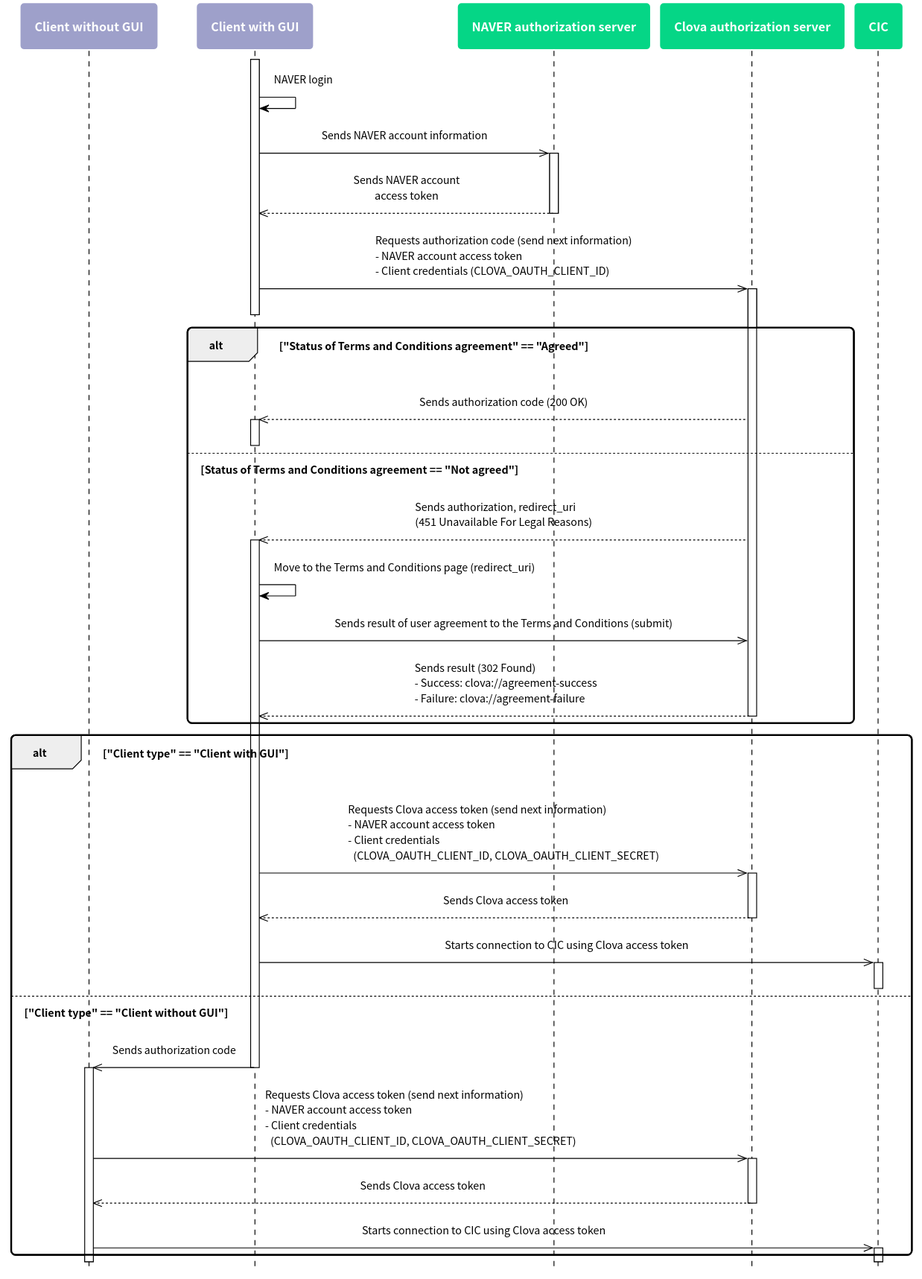
The PlantUML diagram en-KR/Develop/Assets/Images/CIC_Authorization.svg in muchokwon/clova-client-developer-guide, before a commit.
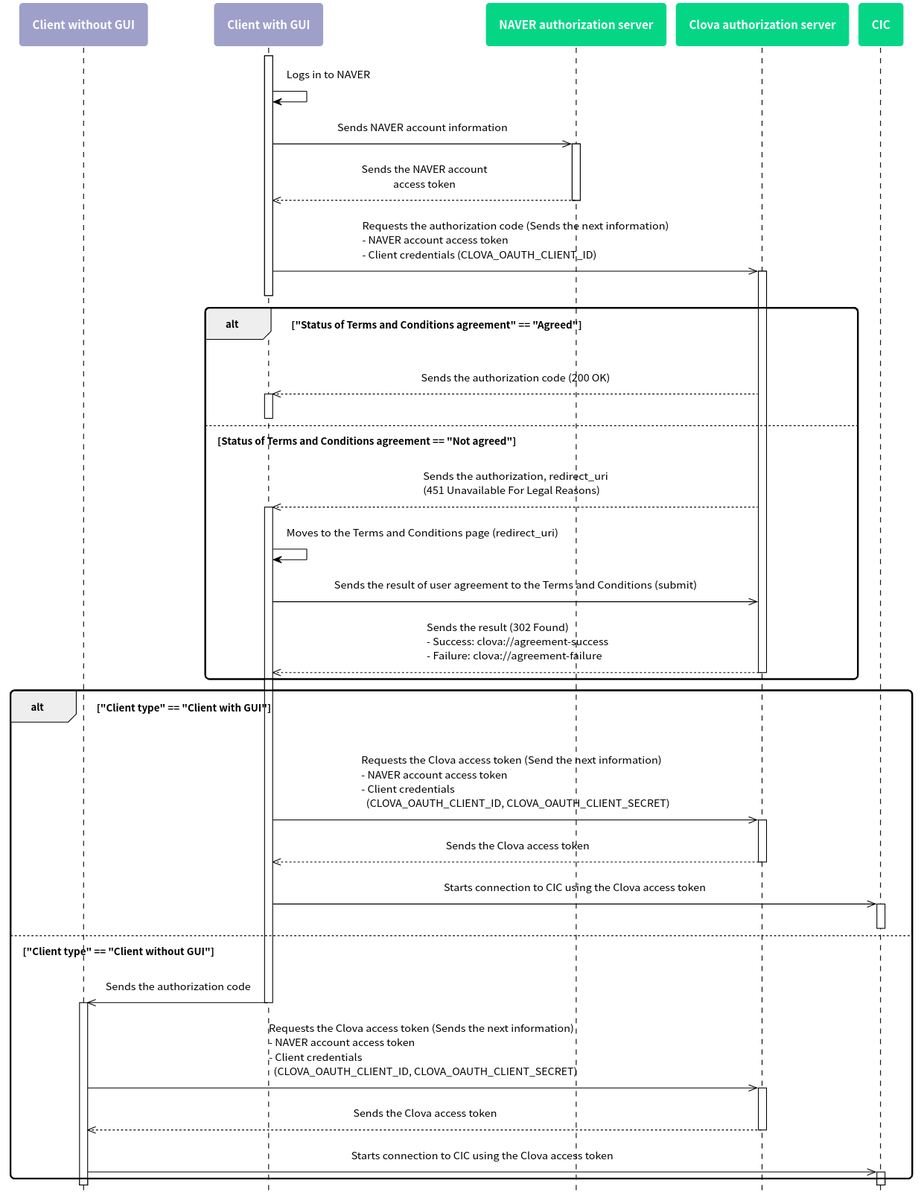
Above is the later version.

The edit, as a diff of the source:
```diff
@@ -56,56 +56,56 @@
 participant CIC as cic #05D686
 
 activate app
-  app -> app: NAVER login
+  app -> app: Logs in to NAVER
 
   app ->> nauth: Sends NAVER account information
 
   activate nauth
-    nauth -->> app: Sends NAVER account\naccess token
+    nauth -->> app: Sends the NAVER account\naccess token
   deactivate nauth
 
-  app ->> cauth: Requests authorization code (send next information)\l- NAVER account access token\l- Client credentials (CLOVA_OAUTH_CLIENT_ID)
+  app ->> cauth: Requests the authorization code (Sends the next information)\l- NAVER account access token\l- Client credentials (CLOVA_OAUTH_CLIENT_ID)
 
 activate cauth
 
 deactivate app
 
 alt "Status of Terms and Conditions agreement" == "Agreed"
-    cauth -->> app: Sends authorization code (200 OK)
+    cauth -->> app: Sends the authorization code (200 OK)
     activate app
     deactivate app
 else Status of Terms and Conditions agreement == "Not agreed"
-  cauth -->> app: Sends authorization, redirect_uri\l(451 Unavailable For Legal Reasons)
+  cauth -->> app: Sends the authorization, redirect_uri\l(451 Unavailable For Legal Reasons)
   activate app
-    app -> app: Move to the Terms and Conditions page (redirect_uri)
-    app ->> cauth: Sends result of user agreement to the Terms and Conditions (submit)
-    cauth -->> app: Sends result (302 Found)\l- Success: clova://agreement-success\l- Failure: clova://agreement-failure
+    app -> app: Moves to the Terms and Conditions page (redirect_uri)
+    app ->> cauth: Sends the result of user agreement to the Terms and Conditions (submit)
+    cauth -->> app: Sends the result (302 Found)\l- Success: clova://agreement-success\l- Failure: clova://agreement-failure
   deactivate cauth
 end
 
 alt "Client type" == "Client with GUI"
-  app ->> cauth: Requests Clova access token (send next information)\l- NAVER account access token\l- Client credentials\l  (CLOVA_OAUTH_CLIENT_ID, CLOVA_OAUTH_CLIENT_SECRET)
+  app ->> cauth: Requests the Clova access token (Send the next information)\l- NAVER account access token\l- Client credentials\l  (CLOVA_OAUTH_CLIENT_ID, CLOVA_OAUTH_CLIENT_SECRET)
 
   activate cauth
-    cauth -->> app: Sends Clova access token
+    cauth -->> app: Sends the Clova access token
   deactivate cauth
 
-  app ->> cic: Starts connection to CIC using Clova access token
+  app ->> cic: Starts connection to CIC using the Clova access token
   activate cic
   deactivate cic
 
 else "Client type" == "Client without GUI"
-  app ->> device: Sends authorization code
+  app ->> device: Sends the authorization code
   deactivate app
 
   activate device
-    device ->> cauth: Requests Clova access token (send next information)\l- NAVER account access token\l- Client credentials\l  (CLOVA_OAUTH_CLIENT_ID, CLOVA_OAUTH_CLIENT_SECRET)
+    device ->> cauth: Requests the Clova access token (Sends the next information)\l- NAVER account access token\l- Client credentials\l  (CLOVA_OAUTH_CLIENT_ID, CLOVA_OAUTH_CLIENT_SECRET)
 
     activate cauth
-        cauth -->> device: Sends Clova access token
+        cauth -->> device: Sends the Clova access token
     deactivate cauth
 
-    device ->> cic: Starts connection to CIC using Clova access token
+    device ->> cic: Starts connection to CIC using the Clova access token
 
     activate cic
   end
```
